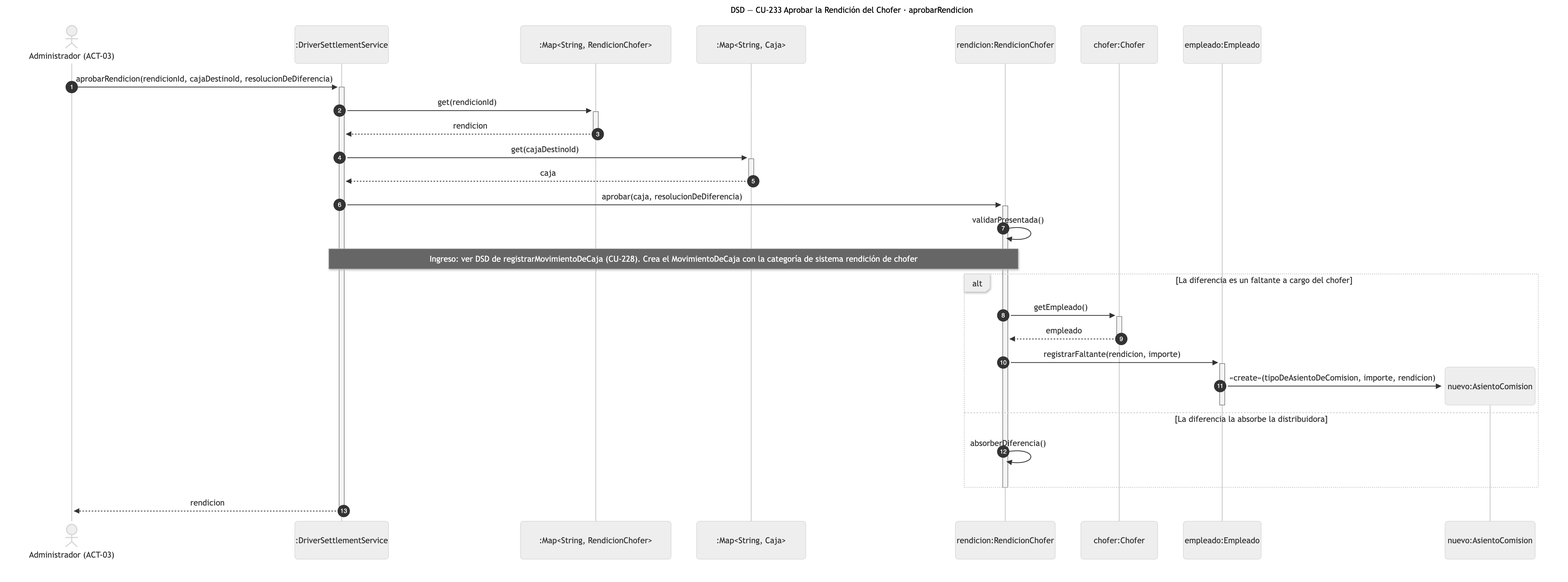
Earlier version of the Mermaid export diagramas/png/DSD_CU-233_aprobarRendicion.png (Nahuelito-Dev/splg-docs). Its source is kept beside it as diagramas/DSD_CU-233_aprobarRendicion.mmd.
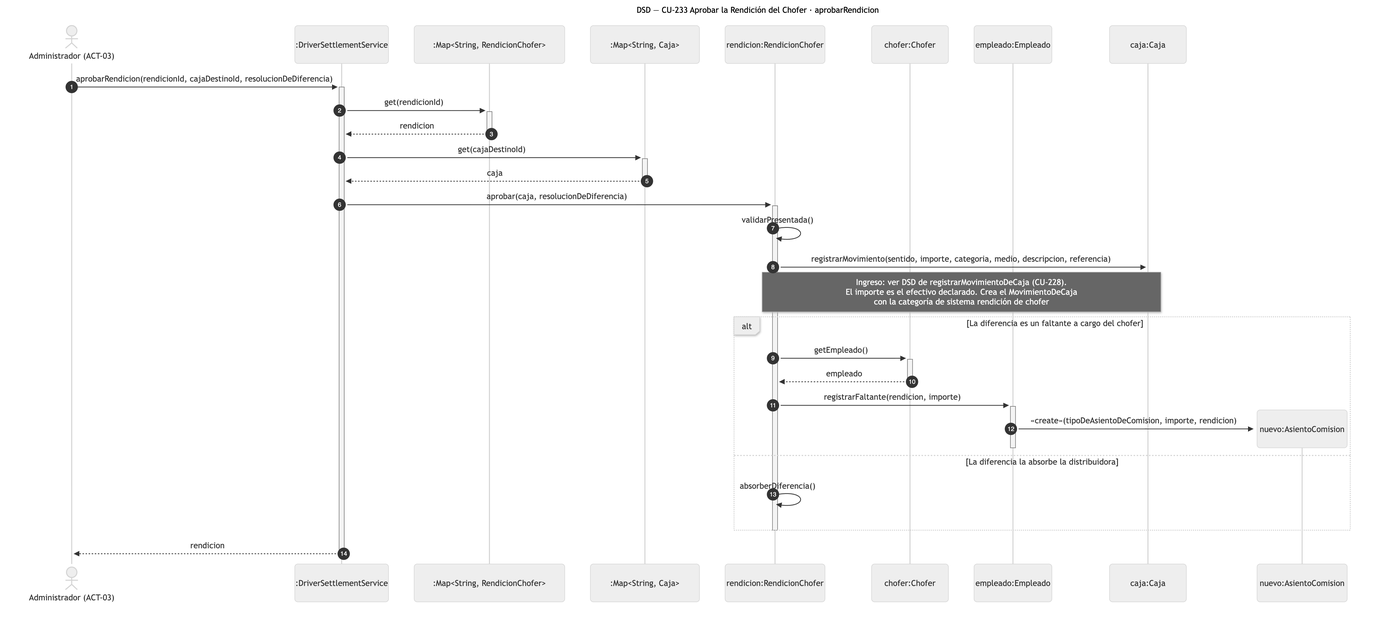
The same file after the commit.

Change to the diagram source:
```diff
@@ -8,6 +8,7 @@
     participant REN as rendicion:RendicionChofer
     participant CHF as chofer:Chofer
     participant EMP as empleado:Empleado
+    participant CAJ as caja:Caja
 
     ADM->>+SRV: aprobarRendicion(rendicionId, cajaDestinoId, resolucionDeDiferencia)
     SRV->>+RENS: get(rendicionId)
@@ -16,7 +17,8 @@
     CAJS-->>-SRV: caja
     SRV->>+REN: aprobar(caja, resolucionDeDiferencia)
     REN->>REN: validarPresentada()
-    Note over SRV,REN: Ingreso: ver DSD de registrarMovimientoDeCaja (CU-228). Crea el MovimientoDeCaja con la categoría de sistema rendición de chofer
+    REN->>CAJ: registrarMovimiento(sentido, importe, categoria, medio, descripcion, referencia)
+    Note over REN,CAJ: Ingreso: ver DSD de registrarMovimientoDeCaja (CU-228).<br/>El importe es el efectivo declarado. Crea el MovimientoDeCaja<br/>con la categoría de sistema rendición de chofer
     alt La diferencia es un faltante a cargo del chofer
         REN->>+CHF: getEmpleado()
         CHF-->>-REN: empleado
```
